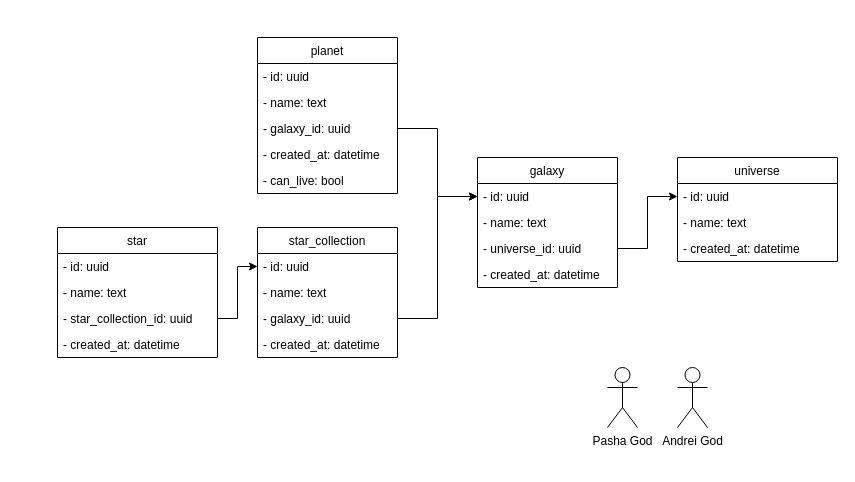
Above: db_diagram.drawio in ZetoOfficial/star (draw.io), before the change. Source tidied: cells renumbered, new cells numbered last; positions are measured from the earlier drawing's top-left corner, leaving out a move shared by most shapes. Both pictures are drawn from the tidied source at 100%, with x=0, y=0 at pixel (57, 37).
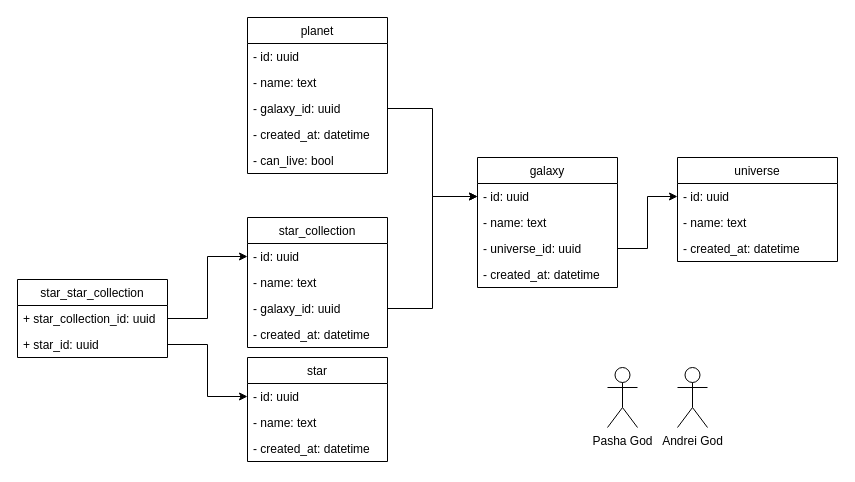
Above is the later version.

Commit message:
Добавил связующую сущность звезд и созвездия в диаграмму

Unchanged cells that the change refers to:
```xml
<mxCell id="8" value="- id: uuid" style="text;strokeColor=none;fillColor=none;align=left;verticalAlign=top;spacingLeft=4;spacingRight=4;overflow=hidden;points=[[0,0.5],[1,0.5]];portConstraint=eastwest;" parent="7" vertex="1">
  <mxGeometry y="26" width="140" height="26" as="geometry" />
</mxCell>
<mxCell id="21" value="- id: uuid" style="text;strokeColor=none;fillColor=none;align=left;verticalAlign=top;spacingLeft=4;spacingRight=4;overflow=hidden;points=[[0,0.5],[1,0.5]];portConstraint=eastwest;" parent="20" vertex="1">
  <mxGeometry y="26" width="140" height="26" as="geometry" />
</mxCell>
<mxCell id="23" value="- galaxy_id: uuid" style="text;strokeColor=none;fillColor=none;align=left;verticalAlign=top;spacingLeft=4;spacingRight=4;overflow=hidden;points=[[0,0.5],[1,0.5]];portConstraint=eastwest;" parent="20" vertex="1">
  <mxGeometry y="78" width="140" height="26" as="geometry" />
</mxCell>
```

Change to the diagram source:
```diff
@@
     <mxCell id="13" value="planet" style="swimlane;fontStyle=0;horizontal=1;startSize=26;fillColor=none;" parent="1" vertex="1">
-      <mxGeometry x="200" width="140" height="156" as="geometry" />
+      <mxGeometry x="190" y="-20" width="140" height="156" as="geometry" />
     </mxCell>
@@
     <mxCell id="20" value="star_collection" style="swimlane;fontStyle=0;horizontal=1;startSize=26;fillColor=none;" parent="1" vertex="1">
-      <mxGeometry x="200" y="190" width="140" height="130" as="geometry" />
+      <mxGeometry x="190" y="180" width="140" height="130" as="geometry" />
     </mxCell>
@@
-    <mxCell id="25" style="edgeStyle=orthogonalEdgeStyle;rounded=0;jettySize=auto;html=1;entryX=0;entryY=0.5;entryDx=0;entryDy=0;" parent="1" edge="1" source="23" target="8">
-      <mxGeometry relative="1" as="geometry" />
-    </mxCell>
     <mxCell id="26" value="star" style="swimlane;fontStyle=0;horizontal=1;startSize=26;fillColor=none;" parent="1" vertex="1">
-      <mxGeometry y="190" width="160" height="130" as="geometry" />
+      <mxGeometry x="190" y="320" width="140" height="104" as="geometry" />
     </mxCell>
     <mxCell id="27" value="- id: uuid" style="text;strokeColor=none;fillColor=none;align=left;verticalAlign=top;spacingLeft=4;spacingRight=4;overflow=hidden;points=[[0,0.5],[1,0.5]];portConstraint=eastwest;" parent="26" vertex="1">
-      <mxGeometry y="26" width="160" height="26" as="geometry" />
+      <mxGeometry y="26" width="140" height="26" as="geometry" />
     </mxCell>
     <mxCell id="28" value="- name: text" style="text;strokeColor=none;fillColor=none;align=left;verticalAlign=top;spacingLeft=4;spacingRight=4;overflow=hidden;" parent="26" vertex="1">
-      <mxGeometry y="52" width="160" height="26" as="geometry" />
+      <mxGeometry y="52" width="140" height="26" as="geometry" />
     </mxCell>
-    <mxCell id="29" value="- star_collection_id: uuid" style="text;strokeColor=none;fillColor=none;align=left;verticalAlign=top;spacingLeft=4;spacingRight=4;overflow=hidden;points=[[0,0.5],[1,0.5]];portConstraint=eastwest;" parent="26" vertex="1">
-      <mxGeometry y="78" width="160" height="26" as="geometry" />
-    </mxCell>
     <mxCell id="30" value="- created_at: datetime&#10;" style="text;strokeColor=none;fillColor=none;align=left;verticalAlign=top;spacingLeft=4;spacingRight=4;overflow=hidden;" parent="26" vertex="1">
-      <mxGeometry y="104" width="160" height="26" as="geometry" />
+      <mxGeometry y="78" width="140" height="26" as="geometry" />
     </mxCell>
@@
-    <mxCell id="33" style="edgeStyle=orthogonalEdgeStyle;rounded=0;jettySize=auto;html=1;entryX=0;entryY=0.5;entryDx=0;entryDy=0;" parent="1" edge="1" source="29" target="21">
-      <mxGeometry relative="1" as="geometry" />
-    </mxCell>
+    <mxCell id="34" value="star_star_collection" style="swimlane;fontStyle=0;horizontal=1;startSize=26;fillColor=none;" parent="1" vertex="1">
+      <mxGeometry x="-40" y="242" width="150" height="78" as="geometry" />
+    </mxCell>
+    <mxCell id="35" value="+ star_collection_id: uuid" style="text;strokeColor=none;fillColor=none;align=left;verticalAlign=top;spacingLeft=4;spacingRight=4;overflow=hidden;points=[[0,0.5],[1,0.5]];portConstraint=eastwest;" parent="34" vertex="1">
+      <mxGeometry y="26" width="150" height="26" as="geometry" />
+    </mxCell>
+    <mxCell id="36" value="+ star_id: uuid" style="text;strokeColor=none;fillColor=none;align=left;verticalAlign=top;spacingLeft=4;spacingRight=4;overflow=hidden;points=[[0,0.5],[1,0.5]];portConstraint=eastwest;" parent="34" vertex="1">
+      <mxGeometry y="52" width="150" height="26" as="geometry" />
+    </mxCell>
+    <mxCell id="25" style="edgeStyle=orthogonalEdgeStyle;rounded=0;jettySize=auto;html=1;" parent="1" edge="1" source="23" target="8">
+      <mxGeometry relative="1" as="geometry" />
+    </mxCell>
+    <mxCell id="37" style="edgeStyle=orthogonalEdgeStyle;rounded=0;jettySize=auto;html=1;exitX=1;exitY=0.5;exitDx=0;exitDy=0;" parent="1" edge="1" source="35" target="21">
+      <mxGeometry relative="1" as="geometry" />
+    </mxCell>
+    <mxCell id="38" style="edgeStyle=orthogonalEdgeStyle;rounded=0;jettySize=auto;html=1;exitX=1;exitY=0.5;exitDx=0;exitDy=0;" parent="1" edge="1" source="36" target="27">
+      <mxGeometry relative="1" as="geometry" />
+    </mxCell>
```
